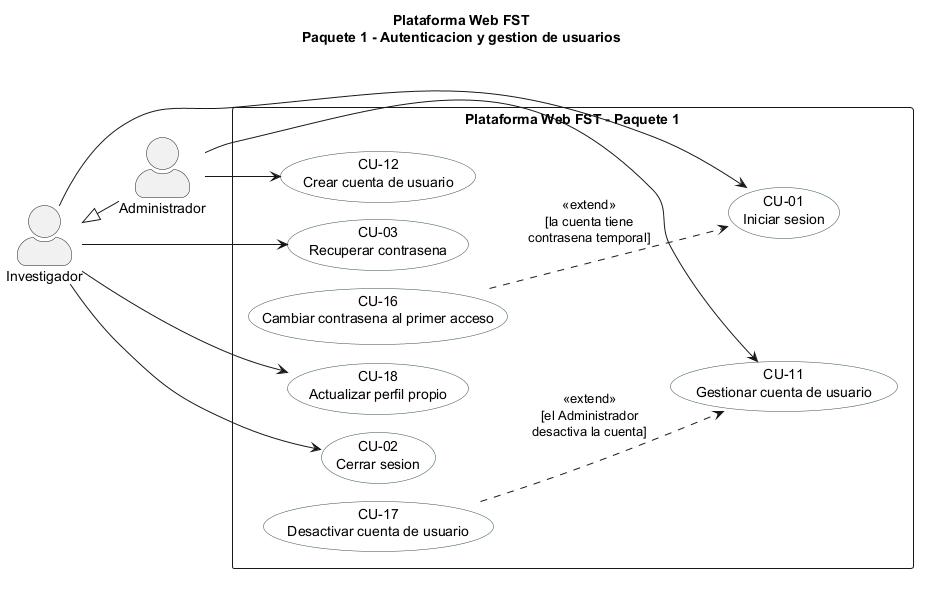
Earlier version of the PlantUML export figures/mermaid/cu_paquete1.png (ErickJester/fst-ai-system-latex).
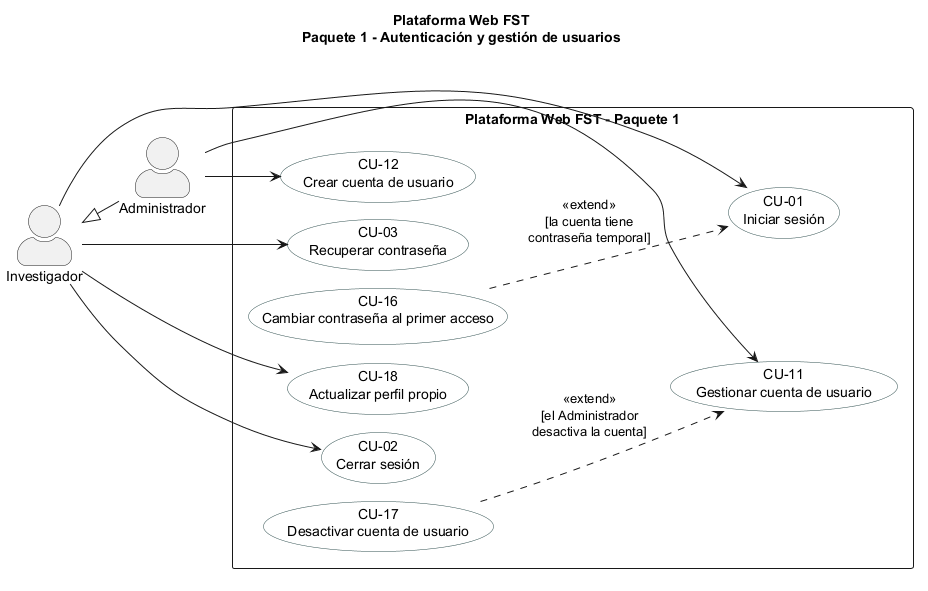
Above is the later version.

What changed in the source:
```diff
@@ -1,6 +1,6 @@
 @startuml
 !pragma layout smetana
-title Plataforma Web FST\nPaquete 1 - Autenticacion y gestion de usuarios
+title Plataforma Web FST\nPaquete 1 - Autenticación y gestión de usuarios
 left to right direction
 skinparam packageStyle rectangle
 skinparam actorStyle awesome
@@ -12,10 +12,10 @@
 actor "Administrador" as ADMIN
 INV <|-- ADMIN
 rectangle "Plataforma Web FST - Paquete 1" {
-  usecase "CU-01\nIniciar sesion" as CU01
-  usecase "CU-02\nCerrar sesion" as CU02
-  usecase "CU-03\nRecuperar contrasena" as CU03
-  usecase "CU-16\nCambiar contrasena al primer acceso" as CU16
+  usecase "CU-01\nIniciar sesión" as CU01
+  usecase "CU-02\nCerrar sesión" as CU02
+  usecase "CU-03\nRecuperar contraseña" as CU03
+  usecase "CU-16\nCambiar contraseña al primer acceso" as CU16
   usecase "CU-18\nActualizar perfil propio" as CU18
   usecase "CU-11\nGestionar cuenta de usuario" as CU11
   usecase "CU-12\nCrear cuenta de usuario" as CU12
@@ -27,6 +27,6 @@
 INV --> CU18
 ADMIN --> CU11
 ADMIN --> CU12
-CU16 ..> CU01 : <<extend>>\n[la cuenta tiene\ncontrasena temporal]
+CU16 ..> CU01 : <<extend>>\n[la cuenta tiene\ncontraseña temporal]
 CU17 ..> CU11 : <<extend>>\n[el Administrador\ndesactiva la cuenta]
 @enduml
```
